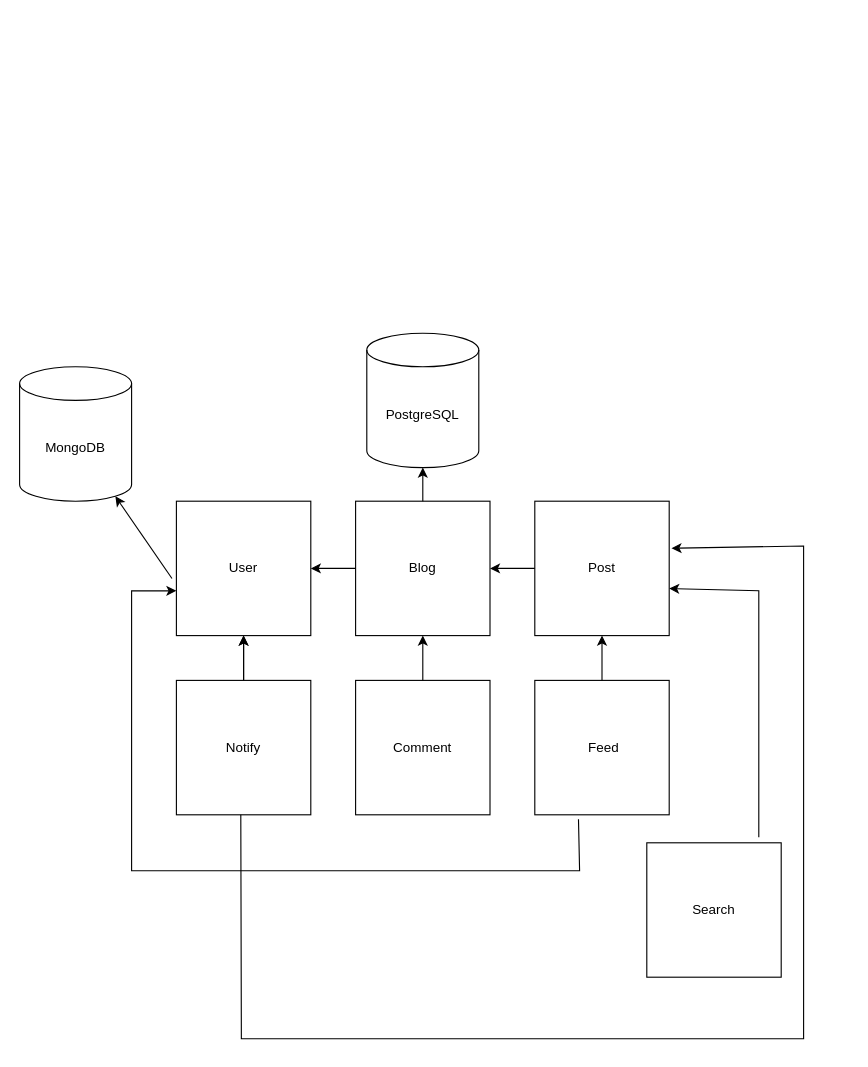
Earlier version of the draw.io diagram specification.drawio (Khariton90/1931709-readme-2). Source tidied: cells renumbered, new cells numbered last; positions are measured from the earlier drawing's top-left corner, leaving out a move shared by most shapes. Both pictures are drawn from the tidied source at 112%, with x=0, y=0 at pixel (19, 333).
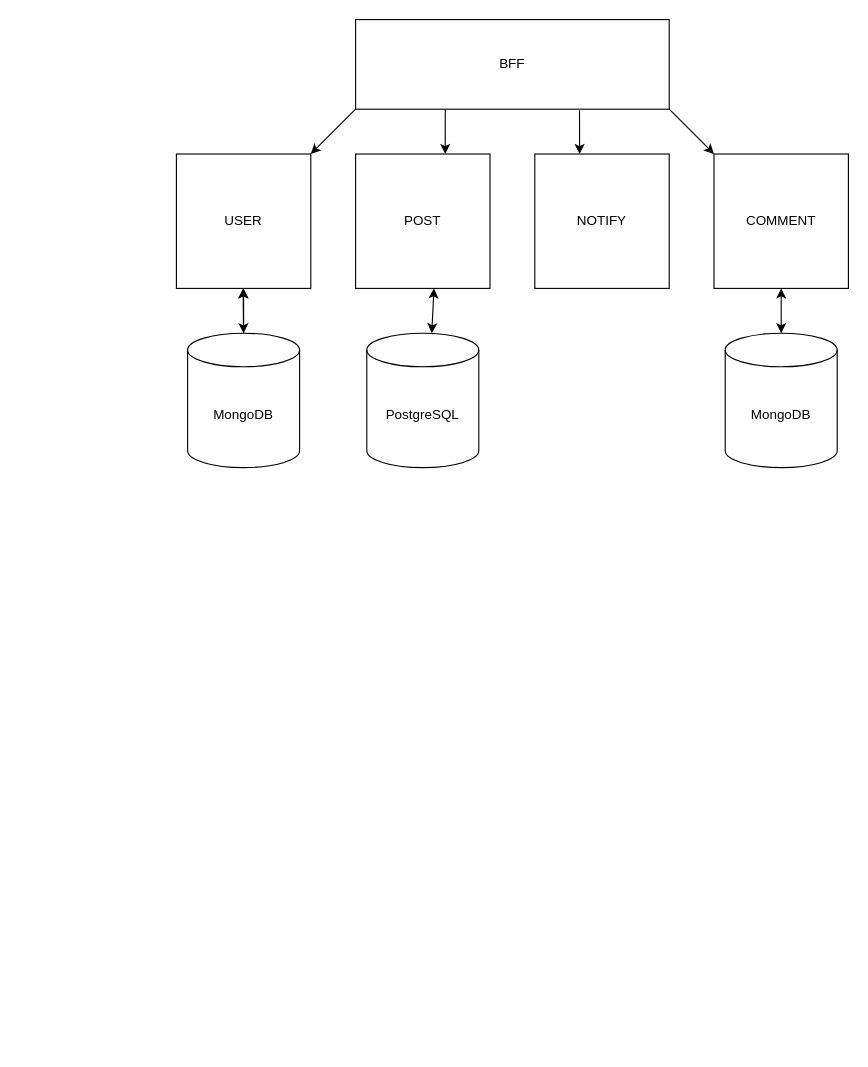
The same diagram, later.

Commit message:
Исправление схемы

Unchanged cells that the change refers to:
```xml
<mxCell id="12" value="PostgreSQL" style="shape=cylinder3;whiteSpace=wrap;html=1;boundedLbl=1;backgroundOutline=1;size=15;" parent="1" vertex="1">
  <mxGeometry x="310" width="100" height="120" as="geometry" />
</mxCell>
```

Diff of the diagram source:
```diff
@@
-    <mxCell id="2" value="User" style="whiteSpace=wrap;html=1;" parent="1" vertex="1">
-      <mxGeometry x="140" y="150" width="120" height="120" as="geometry" />
-    </mxCell>
-    <mxCell id="3" value="Blog" style="whiteSpace=wrap;html=1;" parent="1" vertex="1">
-      <mxGeometry x="300" y="150" width="120" height="120" as="geometry" />
-    </mxCell>
-    <mxCell id="4" value="Post" style="whiteSpace=wrap;html=1;" parent="1" vertex="1">
-      <mxGeometry x="460" y="150" width="120" height="120" as="geometry" />
-    </mxCell>
-    <mxCell id="5" value="&amp;nbsp;Feed" style="whiteSpace=wrap;html=1;" parent="1" vertex="1">
-      <mxGeometry x="460" y="310" width="120" height="120" as="geometry" />
-    </mxCell>
-    <mxCell id="6" value="Comment" style="whiteSpace=wrap;html=1;" parent="1" vertex="1">
-      <mxGeometry x="300" y="310" width="120" height="120" as="geometry" />
-    </mxCell>
-    <mxCell id="7" style="edgeStyle=orthogonalEdgeStyle;rounded=0;jettySize=auto;html=1;" parent="1" edge="1" source="9" target="2">
-      <mxGeometry relative="1" as="geometry" />
-    </mxCell>
-    <mxCell id="8" style="edgeStyle=orthogonalEdgeStyle;rounded=0;jettySize=auto;html=1;" parent="1" edge="1" source="9" target="2">
-      <mxGeometry relative="1" as="geometry" />
-    </mxCell>
-    <mxCell id="9" value="Notify" style="whiteSpace=wrap;html=1;" parent="1" vertex="1">
-      <mxGeometry x="140" y="310" width="120" height="120" as="geometry" />
-    </mxCell>
-    <mxCell id="10" value="Search" style="whiteSpace=wrap;html=1;" parent="1" vertex="1">
-      <mxGeometry x="560" y="455" width="120" height="120" as="geometry" />
-    </mxCell>
-    <mxCell id="11" value="MongoDB" style="shape=cylinder3;whiteSpace=wrap;html=1;boundedLbl=1;backgroundOutline=1;size=15;" parent="1" vertex="1">
-      <mxGeometry y="30" width="100" height="120" as="geometry" />
-    </mxCell>
+    <mxCell id="22" value="BFF" style="rounded=0;whiteSpace=wrap;html=1;" parent="1" vertex="1">
+      <mxGeometry x="300" y="-280" width="280" height="80" as="geometry" />
+    </mxCell>
+    <mxCell id="23" style="endArrow=classic;html=1;rounded=0;exitX=0;exitY=1;exitDx=0;exitDy=0;entryX=1;entryY=0;entryDx=0;entryDy=0;" parent="1" edge="1" source="22">
+      <mxGeometry relative="1" as="geometry">
+        <mxPoint x="260" y="-160" as="targetPoint" />
+      </mxGeometry>
+    </mxCell>
+    <mxCell id="24" style="edgeStyle=orthogonalEdgeStyle;rounded=0;jettySize=auto;html=1;" parent="1" edge="1" source="25" target="30">
+      <mxGeometry relative="1" as="geometry" />
+    </mxCell>
+    <mxCell id="25" value="MongoDB" style="shape=cylinder3;whiteSpace=wrap;html=1;boundedLbl=1;backgroundOutline=1;size=15;" parent="1" vertex="1">
+      <mxGeometry x="150" width="100" height="120" as="geometry" />
+    </mxCell>
+    <mxCell id="26" style="endArrow=classic;html=1;rounded=0;entryX=0.667;entryY=0;entryDx=0;entryDy=0;exitX=0.286;exitY=1;exitDx=0;exitDy=0;exitPerimeter=0;entryPerimeter=0;" parent="1" edge="1" source="22">
+      <mxGeometry relative="1" as="geometry">
+        <mxPoint x="380" y="-160" as="targetPoint" />
+      </mxGeometry>
+    </mxCell>
+    <mxCell id="27" style="endArrow=classic;html=1;rounded=0;entryX=0.333;entryY=0;entryDx=0;entryDy=0;entryPerimeter=0;exitX=0.714;exitY=1.013;exitDx=0;exitDy=0;exitPerimeter=0;" parent="1" edge="1" source="22">
+      <mxGeometry relative="1" as="geometry">
+        <mxPoint x="500" y="-160" as="targetPoint" />
+      </mxGeometry>
+    </mxCell>
+    <mxCell id="28" style="endArrow=classic;html=1;rounded=0;exitX=1;exitY=1;exitDx=0;exitDy=0;entryX=0;entryY=0;entryDx=0;entryDy=0;" parent="1" edge="1" source="22">
+      <mxGeometry relative="1" as="geometry">
+        <mxPoint x="620" y="-160" as="targetPoint" />
+      </mxGeometry>
+    </mxCell>
@@
-    <mxCell id="13" style="endArrow=classic;html=1;rounded=0;exitX=-0.033;exitY=0.575;exitDx=0;exitDy=0;exitPerimeter=0;entryX=0.855;entryY=1;entryDx=0;entryDy=-4.35;entryPerimeter=0;" parent="1" edge="1" source="2" target="11">
-      <mxGeometry relative="1" as="geometry" />
-    </mxCell>
-    <mxCell id="14" style="endArrow=classic;html=1;rounded=0;exitX=0;exitY=0.5;exitDx=0;exitDy=0;" parent="1" edge="1" source="4" target="3">
-      <mxGeometry relative="1" as="geometry" />
-    </mxCell>
-    <mxCell id="15" style="endArrow=classic;html=1;rounded=0;entryX=0.5;entryY=1;entryDx=0;entryDy=0;exitX=0.5;exitY=0;exitDx=0;exitDy=0;" parent="1" edge="1" source="5" target="4">
-      <mxGeometry relative="1" as="geometry" />
-    </mxCell>
-    <mxCell id="16" style="endArrow=classic;html=1;rounded=0;entryX=1;entryY=0.65;entryDx=0;entryDy=0;entryPerimeter=0;" parent="1" edge="1" target="4">
-      <mxGeometry relative="1" as="geometry">
-        <mxPoint x="660" y="450" as="sourcePoint" />
-        <Array as="points">
-          <mxPoint x="660" y="440" />
-          <mxPoint x="660" y="230" />
-        </Array>
-      </mxGeometry>
-    </mxCell>
-    <mxCell id="17" style="endArrow=classic;html=1;rounded=0;exitX=0.5;exitY=0;exitDx=0;exitDy=0;" parent="1" edge="1" source="6">
-      <mxGeometry relative="1" as="geometry">
-        <mxPoint x="360" y="270" as="targetPoint" />
-      </mxGeometry>
-    </mxCell>
-    <mxCell id="18" style="endArrow=classic;html=1;rounded=0;entryX=1.017;entryY=0.35;entryDx=0;entryDy=0;entryPerimeter=0;" parent="1" edge="1" target="4">
-      <mxGeometry relative="1" as="geometry">
-        <mxPoint x="197.5" y="430" as="sourcePoint" />
-        <Array as="points">
-          <mxPoint x="198" y="630" />
-          <mxPoint x="700" y="630" />
-          <mxPoint x="700" y="190" />
-        </Array>
-      </mxGeometry>
-    </mxCell>
-    <mxCell id="19" style="endArrow=classic;html=1;rounded=0;entryX=1;entryY=0.5;entryDx=0;entryDy=0;exitX=0;exitY=0.5;exitDx=0;exitDy=0;" parent="1" edge="1" source="3" target="2">
-      <mxGeometry relative="1" as="geometry" />
-    </mxCell>
-    <mxCell id="20" style="endArrow=classic;html=1;rounded=0;exitX=0.5;exitY=0;exitDx=0;exitDy=0;entryX=0.5;entryY=1;entryDx=0;entryDy=0;entryPerimeter=0;" parent="1" edge="1" source="3" target="12">
-      <mxGeometry relative="1" as="geometry" />
-    </mxCell>
-    <mxCell id="21" style="endArrow=classic;html=1;rounded=0;entryX=0;entryY=0.667;entryDx=0;entryDy=0;entryPerimeter=0;exitX=0.325;exitY=1.033;exitDx=0;exitDy=0;exitPerimeter=0;" parent="1" edge="1" source="5" target="2">
-      <mxGeometry relative="1" as="geometry">
-        <Array as="points">
-          <mxPoint x="500" y="480" />
-          <mxPoint x="100" y="480" />
-          <mxPoint x="100" y="230" />
-        </Array>
-      </mxGeometry>
-    </mxCell>
+    <mxCell id="29" value="MongoDB" style="shape=cylinder3;whiteSpace=wrap;html=1;boundedLbl=1;backgroundOutline=1;size=15;" parent="1" vertex="1">
+      <mxGeometry x="630" width="100" height="120" as="geometry" />
+    </mxCell>
+    <mxCell id="30" value="USER" style="whiteSpace=wrap;html=1;" parent="1" vertex="1">
+      <mxGeometry x="140" y="-160" width="120" height="120" as="geometry" />
+    </mxCell>
+    <mxCell id="31" value="POST" style="whiteSpace=wrap;html=1;" parent="1" vertex="1">
+      <mxGeometry x="300" y="-160" width="120" height="120" as="geometry" />
+    </mxCell>
+    <mxCell id="32" value="COMMENT" style="whiteSpace=wrap;html=1;" parent="1" vertex="1">
+      <mxGeometry x="620" y="-160" width="120" height="120" as="geometry" />
+    </mxCell>
+    <mxCell id="33" value="NOTIFY" style="whiteSpace=wrap;html=1;" parent="1" vertex="1">
+      <mxGeometry x="460" y="-160" width="120" height="120" as="geometry" />
+    </mxCell>
+    <mxCell id="34" style="endArrow=classic;startArrow=classic;html=1;rounded=0;" parent="1" edge="1">
+      <mxGeometry relative="1" as="geometry">
+        <mxPoint x="200" as="sourcePoint" />
+        <mxPoint x="199.5" y="-40" as="targetPoint" />
+      </mxGeometry>
+    </mxCell>
+    <mxCell id="35" style="endArrow=classic;startArrow=classic;html=1;rounded=0;" parent="1" edge="1">
+      <mxGeometry relative="1" as="geometry">
+        <mxPoint x="368" as="sourcePoint" />
+        <mxPoint x="370" y="-40" as="targetPoint" />
+      </mxGeometry>
+    </mxCell>
+    <mxCell id="36" style="endArrow=classic;startArrow=classic;html=1;rounded=0;entryX=0.5;entryY=1;entryDx=0;entryDy=0;exitX=0.5;exitY=0;exitDx=0;exitDy=0;exitPerimeter=0;" parent="1" edge="1" source="29" target="32">
+      <mxGeometry relative="1" as="geometry" />
+    </mxCell>
```
